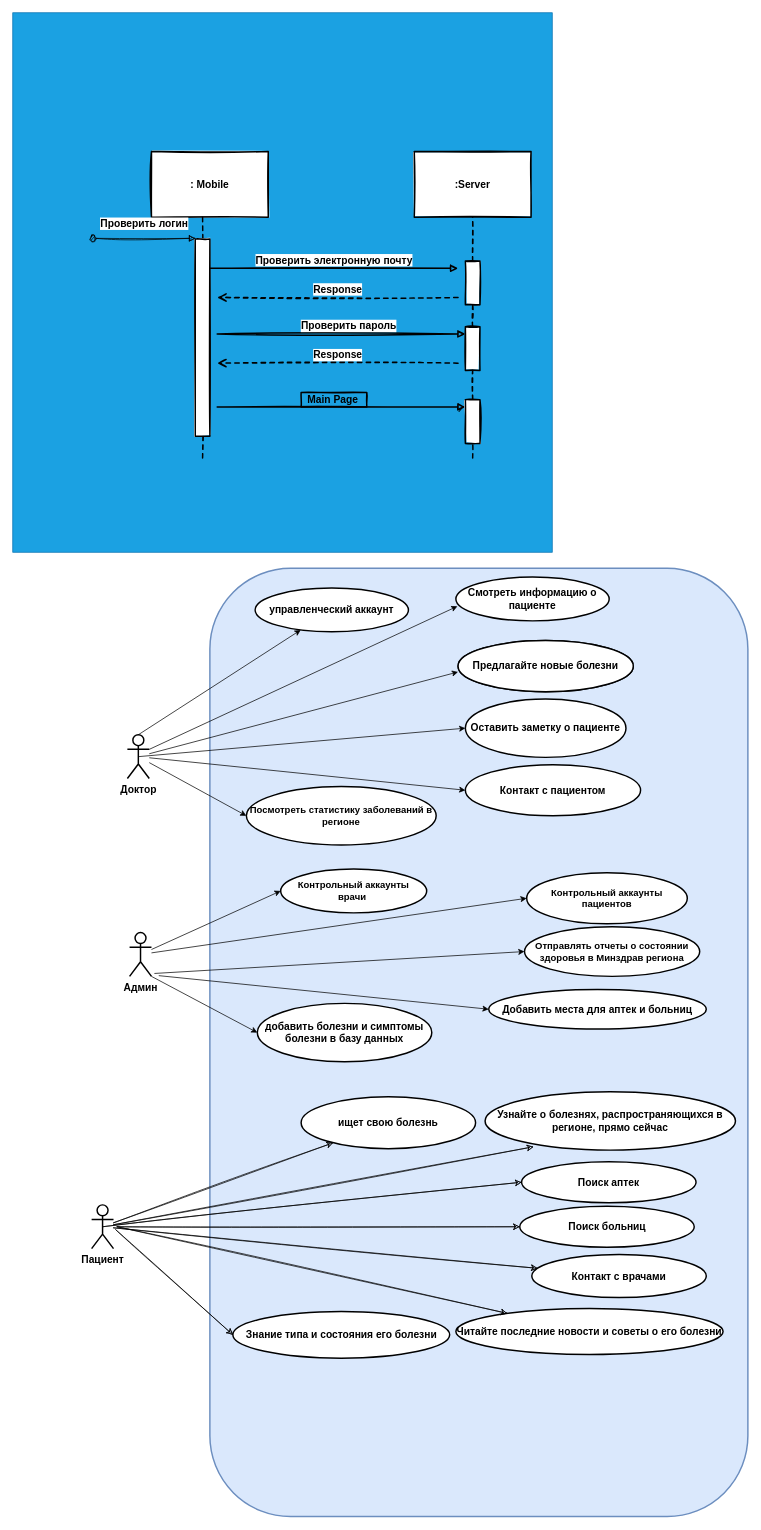
This is Untitled Diagram.drawio from oussamanech/Git01, a draw.io file, before an edit. Source tidied: cells renumbered, new cells numbered last; positions are measured from the earlier drawing's top-left corner, leaving out a move shared by most shapes. Both pictures are drawn from the tidied source at 73%, with x=0, y=0 at pixel (12, 12).
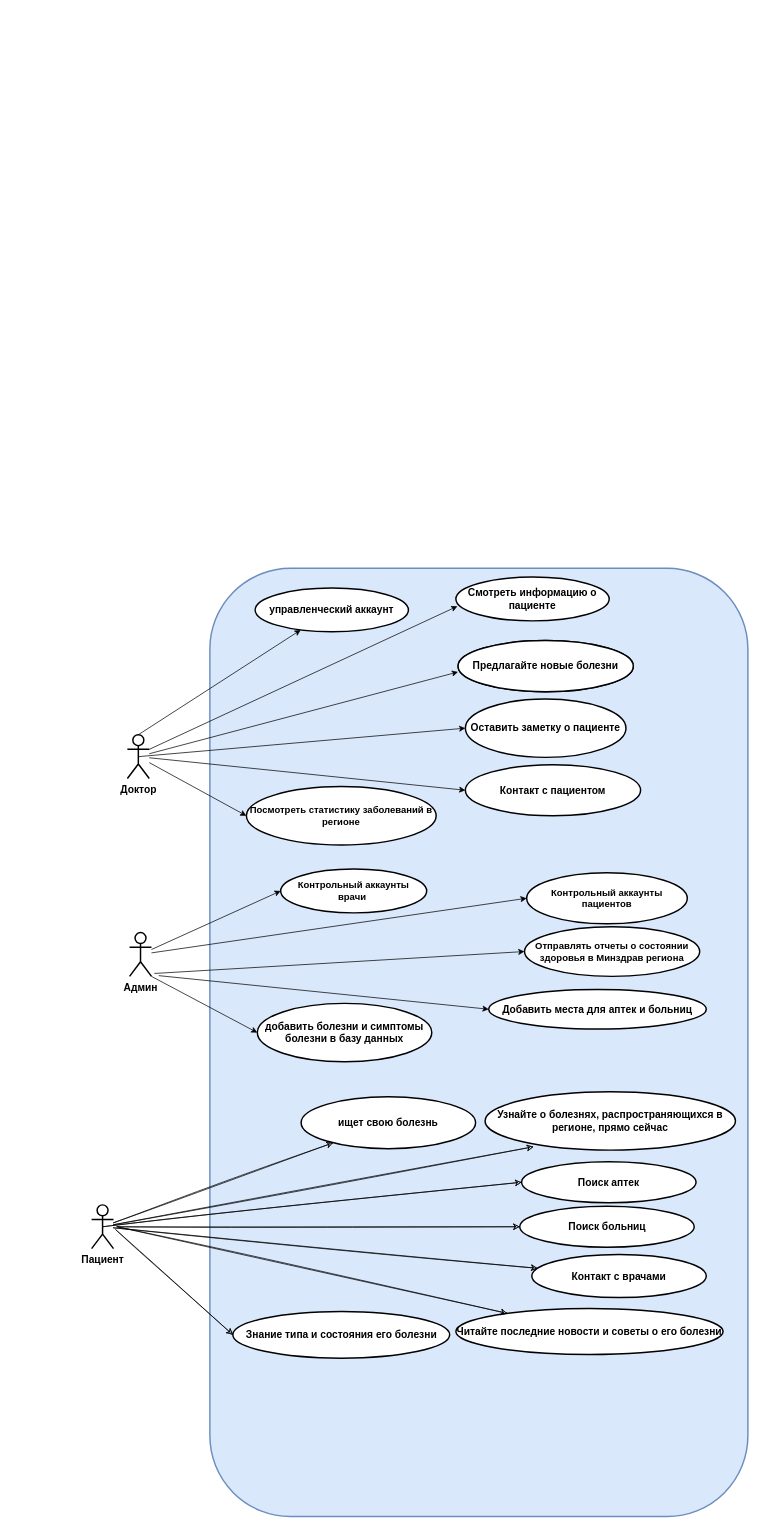
Above is the later version.

The edit, as a diff of the source:
```diff
@@
-    <mxCell id="3" style="whiteSpace=wrap;html=1;fillColor=#1ba1e2;strokeColor=#006EAF;fontColor=#ffffff;" parent="1" vertex="1">
-      <mxGeometry width="739" height="739" as="geometry" />
-    </mxCell>
@@
-    <mxCell id="24" value=": Mobile" style="rounded=0;whiteSpace=wrap;html=1;strokeColor=#000000;strokeWidth=2;sketch=1;fontStyle=1;fontSize=14;" parent="1" vertex="1">
-      <mxGeometry x="190" y="190" width="160" height="90" as="geometry" />
-    </mxCell>
-    <mxCell id="25" value=":Server" style="rounded=0;whiteSpace=wrap;html=1;strokeColor=#000000;strokeWidth=2;sketch=1;fontStyle=1;fontSize=14;" parent="1" vertex="1">
-      <mxGeometry x="550" y="190" width="160" height="90" as="geometry" />
-    </mxCell>
-    <mxCell id="26" style="endArrow=none;dashed=1;html=1;entryX=0.5;entryY=1;entryDx=0;entryDy=0;startArrow=none;strokeColor=#000000;strokeWidth=2;sketch=1;fontStyle=1;fontSize=14;" parent="1" edge="1" source="29" target="25">
-      <mxGeometry relative="1" as="geometry" />
-    </mxCell>
-    <mxCell id="27" style="endArrow=none;dashed=1;html=1;entryX=0.5;entryY=1;entryDx=0;entryDy=0;strokeColor=#000000;strokeWidth=2;sketch=1;fontStyle=1;fontSize=14;" parent="1" edge="1">
-      <mxGeometry relative="1" as="geometry">
-        <mxPoint x="260" y="610" as="sourcePoint" />
-        <mxPoint x="260" y="280" as="targetPoint" />
-      </mxGeometry>
-    </mxCell>
-    <mxCell id="28" style="html=1;perimeter=orthogonalPerimeter;strokeColor=#000000;strokeWidth=2;sketch=1;fontStyle=1;fontSize=14;" parent="1" vertex="1">
-      <mxGeometry x="250" y="310" width="20" height="270" as="geometry" />
-    </mxCell>
-    <mxCell id="29" style="html=1;points=[];perimeter=orthogonalPerimeter;strokeColor=#000000;strokeWidth=2;sketch=1;fontStyle=1;fontSize=14;" parent="1" vertex="1">
-      <mxGeometry x="620" y="340" width="20" height="60" as="geometry" />
-    </mxCell>
-    <mxCell id="30" style="endArrow=none;dashed=1;html=1;entryX=0.5;entryY=1;entryDx=0;entryDy=0;startArrow=none;strokeColor=#000000;strokeWidth=2;sketch=1;fontStyle=1;fontSize=14;" parent="1" edge="1" source="34" target="29">
-      <mxGeometry relative="1" as="geometry" />
-    </mxCell>
-    <mxCell id="31" value="Проверить логин" style="html=1;verticalAlign=bottom;startArrow=oval;startFill=1;endArrow=block;startSize=8;strokeColor=#000000;strokeWidth=1;sketch=1;fontStyle=1;fontSize=14;" parent="1" edge="1">
-      <mxGeometry y="9" relative="1" as="geometry">
-        <mxPoint x="110" y="309" as="sourcePoint" />
-        <mxPoint x="250" y="309" as="targetPoint" />
-      </mxGeometry>
-    </mxCell>
-    <mxCell id="32" value="Проверить электронную почту" style="html=1;verticalAlign=bottom;endArrow=block;strokeColor=#000000;strokeWidth=2;sketch=1;fontStyle=1;fontSize=14;" parent="1" edge="1">
-      <mxGeometry relative="1" as="geometry">
-        <mxPoint x="270" y="350" as="sourcePoint" />
-        <mxPoint x="610" y="350" as="targetPoint" />
-      </mxGeometry>
-    </mxCell>
-    <mxCell id="33" value="Response" style="html=1;verticalAlign=bottom;endArrow=open;dashed=1;endSize=8;strokeColor=#000000;strokeWidth=2;sketch=1;fontStyle=1;fontSize=14;" parent="1" edge="1">
-      <mxGeometry relative="1" as="geometry">
-        <mxPoint x="610" y="480" as="sourcePoint" />
-        <mxPoint x="280" y="480" as="targetPoint" />
-      </mxGeometry>
-    </mxCell>
-    <mxCell id="34" style="html=1;points=[];perimeter=orthogonalPerimeter;strokeColor=#000000;strokeWidth=2;sketch=1;fontStyle=1;fontSize=14;" parent="1" vertex="1">
-      <mxGeometry x="620" y="430" width="20" height="60" as="geometry" />
-    </mxCell>
-    <mxCell id="35" style="endArrow=none;dashed=1;html=1;entryX=0.5;entryY=1;entryDx=0;entryDy=0;startArrow=none;strokeColor=#000000;strokeWidth=2;sketch=1;fontStyle=1;fontSize=14;" parent="1" edge="1" source="38" target="34">
-      <mxGeometry relative="1" as="geometry" />
-    </mxCell>
-    <mxCell id="36" value="Проверить пароль" style="html=1;verticalAlign=bottom;endArrow=block;strokeColor=#000000;strokeWidth=2;sketch=1;fontStyle=1;fontSize=14;" parent="1" edge="1">
-      <mxGeometry x="0.06" relative="1" as="geometry">
-        <mxPoint x="280" y="440" as="sourcePoint" />
-        <mxPoint x="620" y="440" as="targetPoint" />
-      </mxGeometry>
-    </mxCell>
-    <mxCell id="37" style="html=1;verticalAlign=bottom;endArrow=block;strokeColor=#000000;strokeWidth=2;sketch=1;fontStyle=1;fontSize=14;" parent="1" edge="1">
-      <mxGeometry x="0.06" y="10" relative="1" as="geometry">
-        <mxPoint x="280" y="540" as="sourcePoint" />
-        <mxPoint x="620" y="540" as="targetPoint" />
-      </mxGeometry>
-    </mxCell>
-    <mxCell id="38" style="html=1;points=[];perimeter=orthogonalPerimeter;strokeColor=#000000;strokeWidth=2;sketch=1;fontStyle=1;fontSize=14;" parent="1" vertex="1">
-      <mxGeometry x="620" y="530" width="20" height="60" as="geometry" />
-    </mxCell>
-    <mxCell id="39" style="endArrow=none;dashed=1;html=1;entryX=0.5;entryY=1;entryDx=0;entryDy=0;strokeColor=#000000;strokeWidth=2;sketch=1;fontStyle=1;fontSize=14;" parent="1" edge="1" target="38">
-      <mxGeometry relative="1" as="geometry">
-        <mxPoint x="630" y="610" as="sourcePoint" />
-      </mxGeometry>
-    </mxCell>
-    <mxCell id="40" value="Main Page&amp;nbsp;" style="text;html=1;align=center;verticalAlign=middle;strokeColor=#000000;fillColor=none;strokeWidth=2;sketch=1;fontStyle=1;fontSize=14;" parent="1" vertex="1">
-      <mxGeometry x="395" y="520" width="90" height="20" as="geometry" />
-    </mxCell>
-    <mxCell id="41" value="Response" style="html=1;verticalAlign=bottom;endArrow=open;dashed=1;endSize=8;strokeColor=#000000;strokeWidth=2;sketch=1;fontStyle=1;fontSize=14;" parent="1" edge="1">
-      <mxGeometry relative="1" as="geometry">
-        <mxPoint x="610" y="390" as="sourcePoint" />
-        <mxPoint x="280" y="390" as="targetPoint" />
-      </mxGeometry>
-    </mxCell>
```
